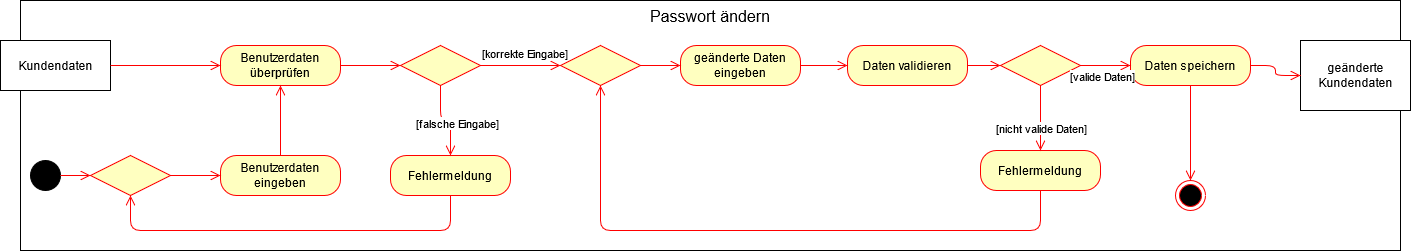
dnickel8/SGSETeam3 keeps this draw.io diagram as Diagramme/Usermanagement/Daten ändern.png. Above is the earlier version. Source tidied: cells renumbered, new cells last; positions are measured from the earlier drawing's top-left corner, leaving out a move shared by most shapes. Source of this version:
```xml
<mxGraphModel>
  <root>
    <mxCell id="0" />
    <mxCell id="1" parent="0" />
    <mxCell id="2" value="Passwort ändern" style="rounded=0;whiteSpace=wrap;html=1;verticalAlign=top;fontSize=16;" parent="1" vertex="1">
      <mxGeometry x="20" width="1380" height="250" as="geometry" />
    </mxCell>
    <mxCell id="3" style="ellipse;whiteSpace=wrap;html=1;fillColor=#000000;" parent="1" vertex="1">
      <mxGeometry x="30" y="160" width="30" height="30" as="geometry" />
    </mxCell>
    <mxCell id="4" value="Benutzerdaten eingeben" style="rounded=1;whiteSpace=wrap;html=1;arcSize=40;fontColor=#000000;fillColor=#ffffc0;strokeColor=#ff0000;" parent="1" vertex="1">
      <mxGeometry x="220" y="155" width="120" height="40" as="geometry" />
    </mxCell>
    <mxCell id="5" style="edgeStyle=orthogonalEdgeStyle;html=1;verticalAlign=bottom;endArrow=open;endSize=8;strokeColor=#ff0000;exitX=1;exitY=0.5;exitDx=0;exitDy=0;entryX=0;entryY=0.5;entryDx=0;entryDy=0;" parent="1" edge="1" source="3" target="15">
      <mxGeometry relative="1" as="geometry" />
    </mxCell>
    <mxCell id="6" style="ellipse;html=1;shape=endState;fillColor=#000000;strokeColor=#ff0000;" parent="1" vertex="1">
      <mxGeometry x="1175" y="180" width="30" height="30" as="geometry" />
    </mxCell>
    <mxCell id="7" value="Benutzerdaten überprüfen" style="rounded=1;whiteSpace=wrap;html=1;arcSize=40;fontColor=#000000;fillColor=#ffffc0;strokeColor=#ff0000;" parent="1" vertex="1">
      <mxGeometry x="220" y="45" width="120" height="40" as="geometry" />
    </mxCell>
    <mxCell id="8" style="edgeStyle=orthogonalEdgeStyle;html=1;verticalAlign=bottom;endArrow=open;endSize=8;strokeColor=#ff0000;exitX=0.5;exitY=0;exitDx=0;exitDy=0;entryX=0.5;entryY=1;entryDx=0;entryDy=0;" parent="1" edge="1" source="4" target="7">
      <mxGeometry relative="1" as="geometry" />
    </mxCell>
    <mxCell id="9" value="Kundendaten" style="html=1;" parent="1" vertex="1">
      <mxGeometry y="40" width="110" height="50" as="geometry" />
    </mxCell>
    <mxCell id="10" style="edgeStyle=orthogonalEdgeStyle;html=1;verticalAlign=bottom;endArrow=open;endSize=8;strokeColor=#ff0000;exitX=1;exitY=0.5;exitDx=0;exitDy=0;entryX=0;entryY=0.5;entryDx=0;entryDy=0;" parent="1" edge="1" source="9" target="7">
      <mxGeometry relative="1" as="geometry" />
    </mxCell>
    <mxCell id="11" value="geänderte Daten eingeben" style="rounded=1;whiteSpace=wrap;html=1;arcSize=40;fontColor=#000000;fillColor=#ffffc0;strokeColor=#ff0000;" parent="1" vertex="1">
      <mxGeometry x="680" y="45" width="120" height="40" as="geometry" />
    </mxCell>
    <mxCell id="12" style="rhombus;whiteSpace=wrap;html=1;fillColor=#ffffc0;strokeColor=#ff0000;fontSize=16;" parent="1" vertex="1">
      <mxGeometry x="400" y="45" width="80" height="40" as="geometry" />
    </mxCell>
    <mxCell id="13" value="[korrekte Eingabe]" style="edgeStyle=orthogonalEdgeStyle;html=1;align=left;verticalAlign=top;endArrow=open;endSize=8;strokeColor=#ff0000;fontSize=11;entryX=0;entryY=0.5;entryDx=0;entryDy=0;" parent="1" edge="1" source="12" target="29">
      <mxGeometry x="-1" y="25" relative="1" as="geometry" />
    </mxCell>
    <mxCell id="14" style="edgeStyle=orthogonalEdgeStyle;html=1;verticalAlign=bottom;endArrow=open;endSize=8;strokeColor=#ff0000;exitX=1;exitY=0.5;exitDx=0;exitDy=0;entryX=0;entryY=0.5;entryDx=0;entryDy=0;" parent="1" edge="1" source="7" target="12">
      <mxGeometry relative="1" as="geometry" />
    </mxCell>
    <mxCell id="15" style="rhombus;whiteSpace=wrap;html=1;fillColor=#ffffc0;strokeColor=#ff0000;fontSize=16;" parent="1" vertex="1">
      <mxGeometry x="90" y="155" width="80" height="40" as="geometry" />
    </mxCell>
    <mxCell id="16" value="Fehlermeldung" style="rounded=1;whiteSpace=wrap;html=1;arcSize=40;fontColor=#000000;fillColor=#ffffc0;strokeColor=#ff0000;" parent="1" vertex="1">
      <mxGeometry x="980" y="150" width="120" height="40" as="geometry" />
    </mxCell>
    <mxCell id="17" style="edgeStyle=orthogonalEdgeStyle;html=1;verticalAlign=bottom;endArrow=open;endSize=8;strokeColor=#ff0000;exitX=1;exitY=0.5;exitDx=0;exitDy=0;entryX=0;entryY=0.5;entryDx=0;entryDy=0;" parent="1" edge="1" source="15" target="4">
      <mxGeometry relative="1" as="geometry" />
    </mxCell>
    <mxCell id="18" style="rhombus;whiteSpace=wrap;html=1;fillColor=#ffffc0;strokeColor=#ff0000;fontSize=16;" parent="1" vertex="1">
      <mxGeometry x="1000" y="45" width="80" height="40" as="geometry" />
    </mxCell>
    <mxCell id="19" value="Fehlermeldung" style="rounded=1;whiteSpace=wrap;html=1;arcSize=40;fontColor=#000000;fillColor=#ffffc0;strokeColor=#ff0000;" parent="1" vertex="1">
      <mxGeometry x="390" y="155" width="120" height="40" as="geometry" />
    </mxCell>
    <mxCell id="20" style="edgeStyle=orthogonalEdgeStyle;html=1;verticalAlign=bottom;endArrow=open;endSize=8;strokeColor=#ff0000;entryX=0.5;entryY=0;entryDx=0;entryDy=0;exitX=0.5;exitY=1;exitDx=0;exitDy=0;" parent="1" edge="1" source="12" target="19">
      <mxGeometry relative="1" as="geometry" />
    </mxCell>
    <mxCell id="21" value="[falsche Eingabe]" style="edgeLabel;html=1;align=center;verticalAlign=middle;" parent="20" vertex="1">
      <mxGeometry x="0.17" y="6" relative="1" as="geometry" />
    </mxCell>
    <mxCell id="22" value="Daten validieren" style="rounded=1;whiteSpace=wrap;html=1;arcSize=40;fontColor=#000000;fillColor=#ffffc0;strokeColor=#ff0000;" parent="1" vertex="1">
      <mxGeometry x="847" y="45" width="120" height="40" as="geometry" />
    </mxCell>
    <mxCell id="23" value="Daten speichern" style="rounded=1;whiteSpace=wrap;html=1;arcSize=40;fontColor=#000000;fillColor=#ffffc0;strokeColor=#ff0000;" parent="1" vertex="1">
      <mxGeometry x="1130" y="45" width="120" height="40" as="geometry" />
    </mxCell>
    <mxCell id="24" value="&lt;div&gt;geänderte &lt;br&gt;&lt;/div&gt;&lt;div&gt;Kundendaten&lt;/div&gt;" style="html=1;" parent="1" vertex="1">
      <mxGeometry x="1300" y="40" width="110" height="70" as="geometry" />
    </mxCell>
    <mxCell id="25" style="edgeStyle=orthogonalEdgeStyle;html=1;verticalAlign=bottom;endArrow=open;endSize=8;strokeColor=#ff0000;exitX=1;exitY=0.5;exitDx=0;exitDy=0;entryX=0;entryY=0.5;entryDx=0;entryDy=0;" parent="1" edge="1" source="23" target="24">
      <mxGeometry relative="1" as="geometry" />
    </mxCell>
    <mxCell id="26" style="edgeStyle=orthogonalEdgeStyle;html=1;verticalAlign=bottom;endArrow=open;endSize=8;strokeColor=#ff0000;exitX=0.5;exitY=1;exitDx=0;exitDy=0;entryX=0.5;entryY=0;entryDx=0;entryDy=0;" parent="1" edge="1" source="23" target="6">
      <mxGeometry relative="1" as="geometry" />
    </mxCell>
    <mxCell id="27" style="edgeStyle=orthogonalEdgeStyle;html=1;verticalAlign=bottom;endArrow=open;endSize=8;strokeColor=#ff0000;exitX=0.5;exitY=1;exitDx=0;exitDy=0;entryX=0.5;entryY=1;entryDx=0;entryDy=0;" parent="1" edge="1" source="16" target="29">
      <mxGeometry relative="1" as="geometry">
        <Array as="points">
          <mxPoint x="1040" y="230" />
          <mxPoint x="600" y="230" />
        </Array>
      </mxGeometry>
    </mxCell>
    <mxCell id="28" style="edgeStyle=orthogonalEdgeStyle;html=1;verticalAlign=bottom;endArrow=open;endSize=8;strokeColor=#ff0000;exitX=0.5;exitY=1;exitDx=0;exitDy=0;entryX=0.5;entryY=1;entryDx=0;entryDy=0;" parent="1" edge="1" source="19" target="15">
      <mxGeometry relative="1" as="geometry">
        <Array as="points">
          <mxPoint x="450" y="230" />
          <mxPoint x="130" y="230" />
        </Array>
      </mxGeometry>
    </mxCell>
    <mxCell id="29" style="rhombus;whiteSpace=wrap;html=1;fillColor=#ffffc0;strokeColor=#ff0000;fontSize=16;" parent="1" vertex="1">
      <mxGeometry x="560" y="45" width="80" height="40" as="geometry" />
    </mxCell>
    <mxCell id="30" style="edgeStyle=orthogonalEdgeStyle;html=1;verticalAlign=bottom;endArrow=open;endSize=8;strokeColor=#ff0000;entryX=0;entryY=0.5;entryDx=0;entryDy=0;exitX=1;exitY=0.5;exitDx=0;exitDy=0;" parent="1" edge="1" source="29" target="11">
      <mxGeometry relative="1" as="geometry">
        <Array as="points">
          <mxPoint x="660" y="65" />
          <mxPoint x="660" y="65" />
        </Array>
      </mxGeometry>
    </mxCell>
    <mxCell id="31" style="edgeStyle=orthogonalEdgeStyle;html=1;verticalAlign=bottom;endArrow=open;endSize=8;strokeColor=#ff0000;entryX=0;entryY=0.5;entryDx=0;entryDy=0;exitX=1;exitY=0.5;exitDx=0;exitDy=0;" parent="1" edge="1" source="11" target="22">
      <mxGeometry relative="1" as="geometry">
        <Array as="points">
          <mxPoint x="820" y="65" />
          <mxPoint x="820" y="65" />
        </Array>
      </mxGeometry>
    </mxCell>
    <mxCell id="32" style="edgeStyle=orthogonalEdgeStyle;html=1;verticalAlign=bottom;endArrow=open;endSize=8;strokeColor=#ff0000;entryX=0;entryY=0.5;entryDx=0;entryDy=0;exitX=1;exitY=0.5;exitDx=0;exitDy=0;" parent="1" edge="1" source="22" target="18">
      <mxGeometry relative="1" as="geometry">
        <Array as="points">
          <mxPoint x="980" y="65" />
          <mxPoint x="980" y="65" />
        </Array>
      </mxGeometry>
    </mxCell>
    <mxCell id="33" style="edgeStyle=orthogonalEdgeStyle;html=1;verticalAlign=bottom;endArrow=open;endSize=8;strokeColor=#ff0000;entryX=0.5;entryY=0;entryDx=0;entryDy=0;exitX=0.5;exitY=1;exitDx=0;exitDy=0;" parent="1" edge="1" source="18" target="16">
      <mxGeometry relative="1" as="geometry">
        <Array as="points">
          <mxPoint x="1040" y="110" />
          <mxPoint x="1040" y="110" />
        </Array>
      </mxGeometry>
    </mxCell>
    <mxCell id="34" value="[nicht valide Daten]" style="edgeLabel;html=1;align=center;verticalAlign=middle;" parent="33" vertex="1">
      <mxGeometry x="0.26" relative="1" as="geometry" />
    </mxCell>
    <mxCell id="35" style="edgeStyle=orthogonalEdgeStyle;html=1;verticalAlign=bottom;endArrow=open;endSize=8;strokeColor=#ff0000;entryX=0;entryY=0.5;entryDx=0;entryDy=0;exitX=1;exitY=0.5;exitDx=0;exitDy=0;" parent="1" edge="1" source="18" target="23">
      <mxGeometry relative="1" as="geometry" />
    </mxCell>
    <mxCell id="36" value="[valide Daten]" style="edgeLabel;html=1;align=center;verticalAlign=middle;" parent="35" vertex="1">
      <mxGeometry x="0.25" y="1" relative="1" as="geometry">
        <mxPoint x="-11" y="11" as="offset" />
      </mxGeometry>
    </mxCell>
  </root>
</mxGraphModel>
```
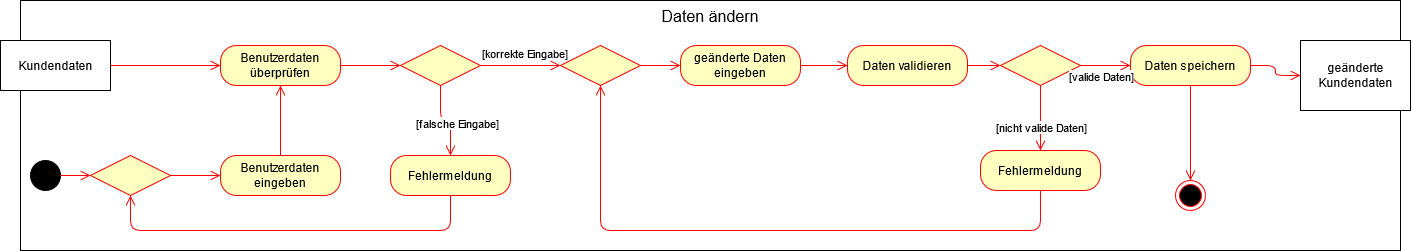
Above is the later version.

The edit, as a diff of the source:
```diff
@@ -2,7 +2,7 @@
   <root>
     <mxCell id="0" />
     <mxCell id="1" parent="0" />
-    <mxCell id="2" value="Passwort ändern" style="rounded=0;whiteSpace=wrap;html=1;verticalAlign=top;fontSize=16;" parent="1" vertex="1">
+    <mxCell id="2" value="Daten ändern" style="rounded=0;whiteSpace=wrap;html=1;verticalAlign=top;fontSize=16;" parent="1" vertex="1">
       <mxGeometry x="20" width="1380" height="250" as="geometry" />
     </mxCell>
     <mxCell id="3" style="ellipse;whiteSpace=wrap;html=1;fillColor=#000000;" parent="1" vertex="1">
```
